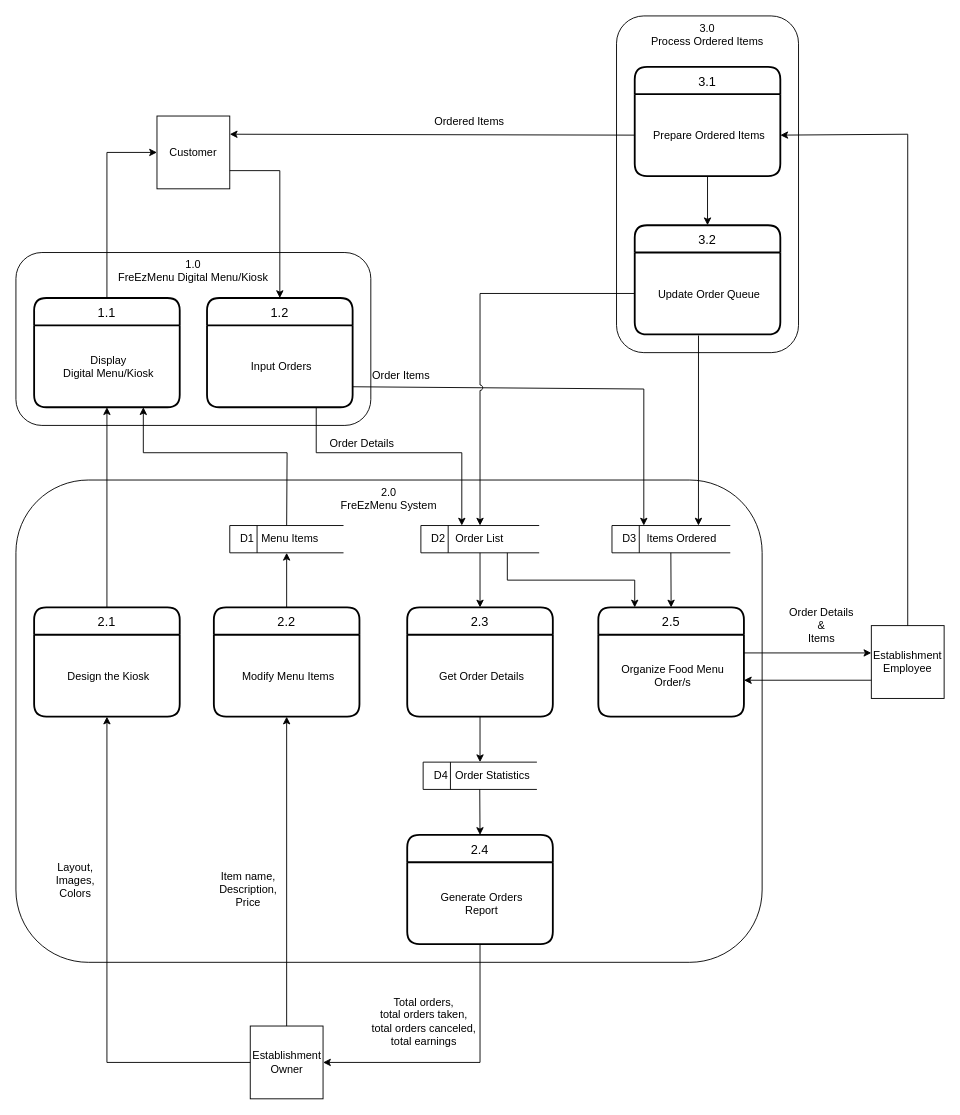
alexxGmZ/MenuMaApp keeps this draw.io diagram as DOCS/Diagrams/Data Flow Diagram 2.drawio. Above is the earlier version. Source tidied: cells renumbered, new cells numbered last; positions are measured from the earlier drawing's top-left corner, leaving out a move shared by most shapes. Both pictures are drawn from the tidied source at 91%, with x=0, y=0 at pixel (15, 15).
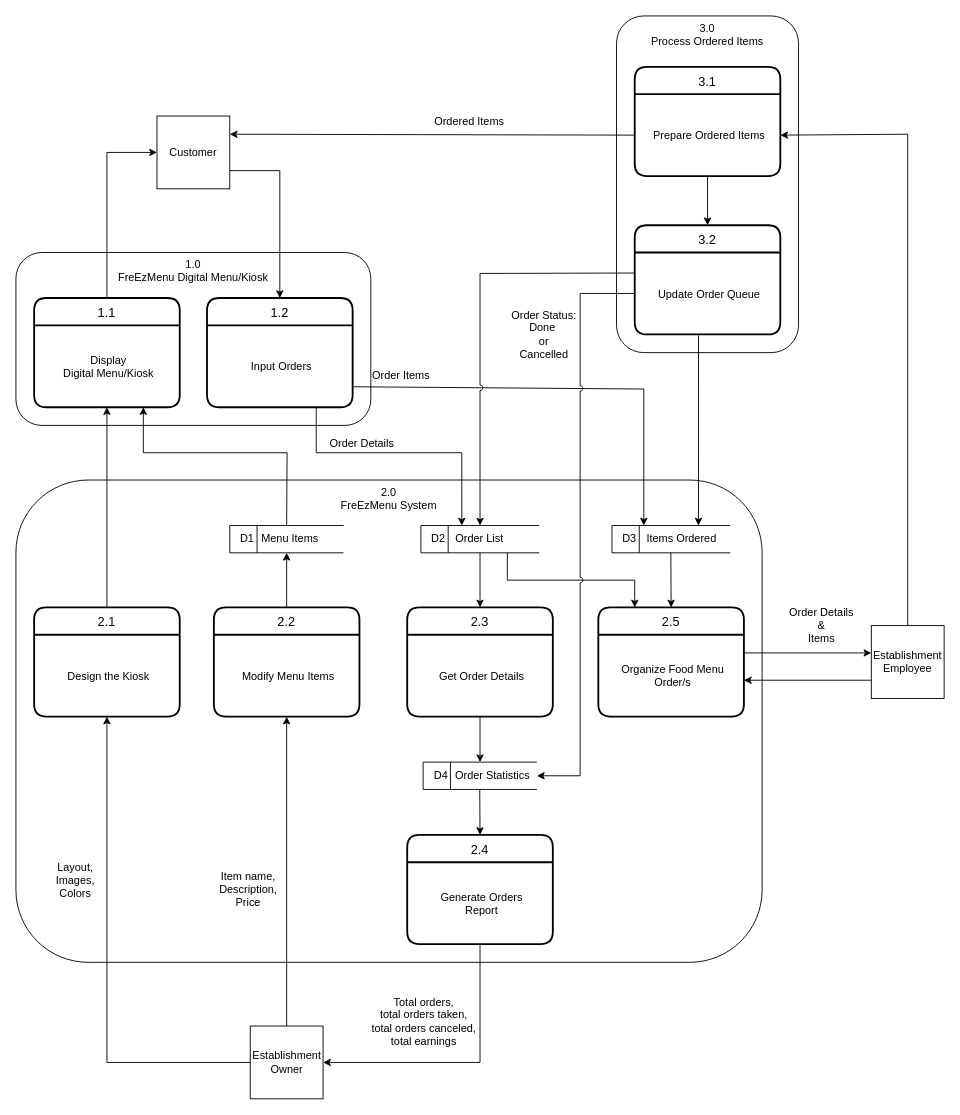
The same page after the edit.

Commit message:
diagrams(dfd):

The change refers to these unchanged cells:
```xml
<mxCell id="15" value="&lt;span style=&quot;white-space: pre;&quot;&gt;&amp;nbsp; D2&lt;span style=&quot;white-space: pre;&quot;&gt;&#9;&lt;/span&gt;  Order List&lt;/span&gt;" style="html=1;dashed=0;whitespace=wrap;shape=mxgraph.dfd.dataStoreID;align=left;spacingLeft=3;points=[[0,0],[0.5,0],[1,0],[0,0.5],[1,0.5],[0,1],[0.5,1],[1,1]];" parent="1" vertex="1">
  <mxGeometry x="445" y="560" width="130" height="30" as="geometry" />
</mxCell>
<mxCell id="33" value="&lt;span style=&quot;white-space: pre;&quot;&gt;&amp;nbsp; D4&lt;span style=&quot;white-space: pre;&quot;&gt;&#9;&lt;/span&gt; Order Statistics&#9;&lt;/span&gt;&amp;nbsp;" style="html=1;dashed=0;whitespace=wrap;shape=mxgraph.dfd.dataStoreID;align=left;spacingLeft=3;points=[[0,0],[0.5,0],[1,0],[0,0.5],[1,0.5],[0,1],[0.5,1],[1,1]];" parent="1" vertex="1">
  <mxGeometry x="447.5" y="820" width="125" height="30" as="geometry" />
</mxCell>
<mxCell id="46" value="Update Order Queue" style="align=center;strokeColor=none;fillColor=none;spacingLeft=4;fontSize=12;verticalAlign=middle;" parent="45" vertex="1">
  <mxGeometry y="30" width="160" height="90" as="geometry" />
</mxCell>
```

What changed in the source:
```diff
@@
-    <mxCell id="50" style="endArrow=classic;html=1;rounded=0;exitX=0;exitY=0.5;exitDx=0;exitDy=0;entryX=0.5;entryY=0;entryDx=0;entryDy=0;jumpStyle=arc;" parent="1" edge="1" source="46" target="15">
+    <mxCell id="50" style="endArrow=classic;html=1;rounded=0;exitX=0;exitY=0.25;exitDx=0;exitDy=0;entryX=0.5;entryY=0;entryDx=0;entryDy=0;jumpStyle=arc;" parent="1" edge="1" source="46" target="15">
       <mxGeometry relative="1" as="geometry">
         <Array as="points">
-          <mxPoint x="510" y="305" />
+          <mxPoint x="510" y="283" />
         </Array>
       </mxGeometry>
     </mxCell>
@@
+    <mxCell id="59" style="endArrow=classic;html=1;exitX=0;exitY=0.5;exitDx=0;exitDy=0;entryX=1;entryY=0.5;entryDx=0;entryDy=0;rounded=0;jumpStyle=arc;" parent="1" edge="1" source="46" target="33">
+      <mxGeometry relative="1" as="geometry">
+        <Array as="points">
+          <mxPoint x="620" y="305" />
+          <mxPoint x="620" y="835" />
+        </Array>
+      </mxGeometry>
+    </mxCell>
+    <mxCell id="60" value="Order Status:&lt;br&gt;Done&amp;nbsp;&lt;br&gt;or&lt;br&gt;Cancelled" style="text;html=1;align=center;verticalAlign=middle;strokeColor=none;fillColor=none;" parent="1" vertex="1">
+      <mxGeometry x="535" y="315" width="90" height="70" as="geometry" />
+    </mxCell>
```
